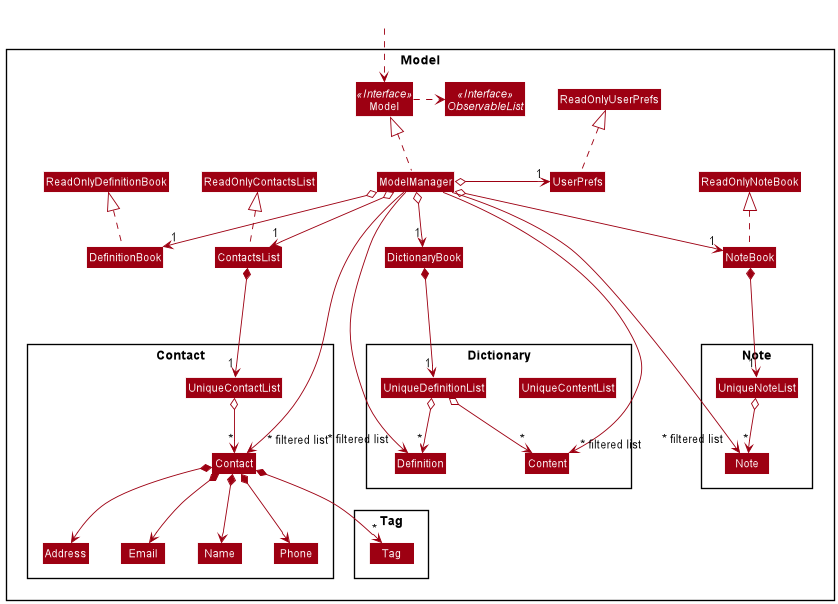
This is docs/images/ModelClassDiagram.png from nus-cs2103-AY2021S2/tp, a PlantUML export, as it was before one commit.
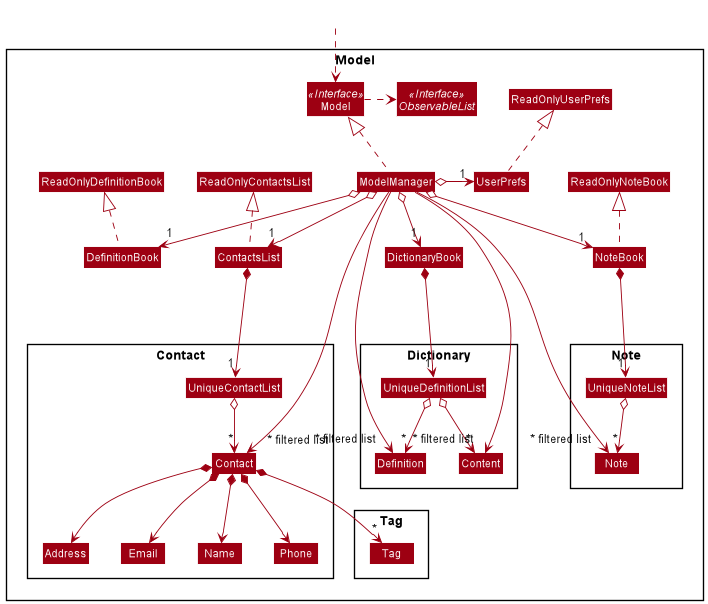
The same file after the commit.

Commit message:
model diag

What changed in the source:
```diff
@@ -43,7 +43,6 @@
 Package Dictionary {
 Class Content
 Class Definition
-Class UniqueContentList
 Class UniqueDefinitionList
 }
 }
```
